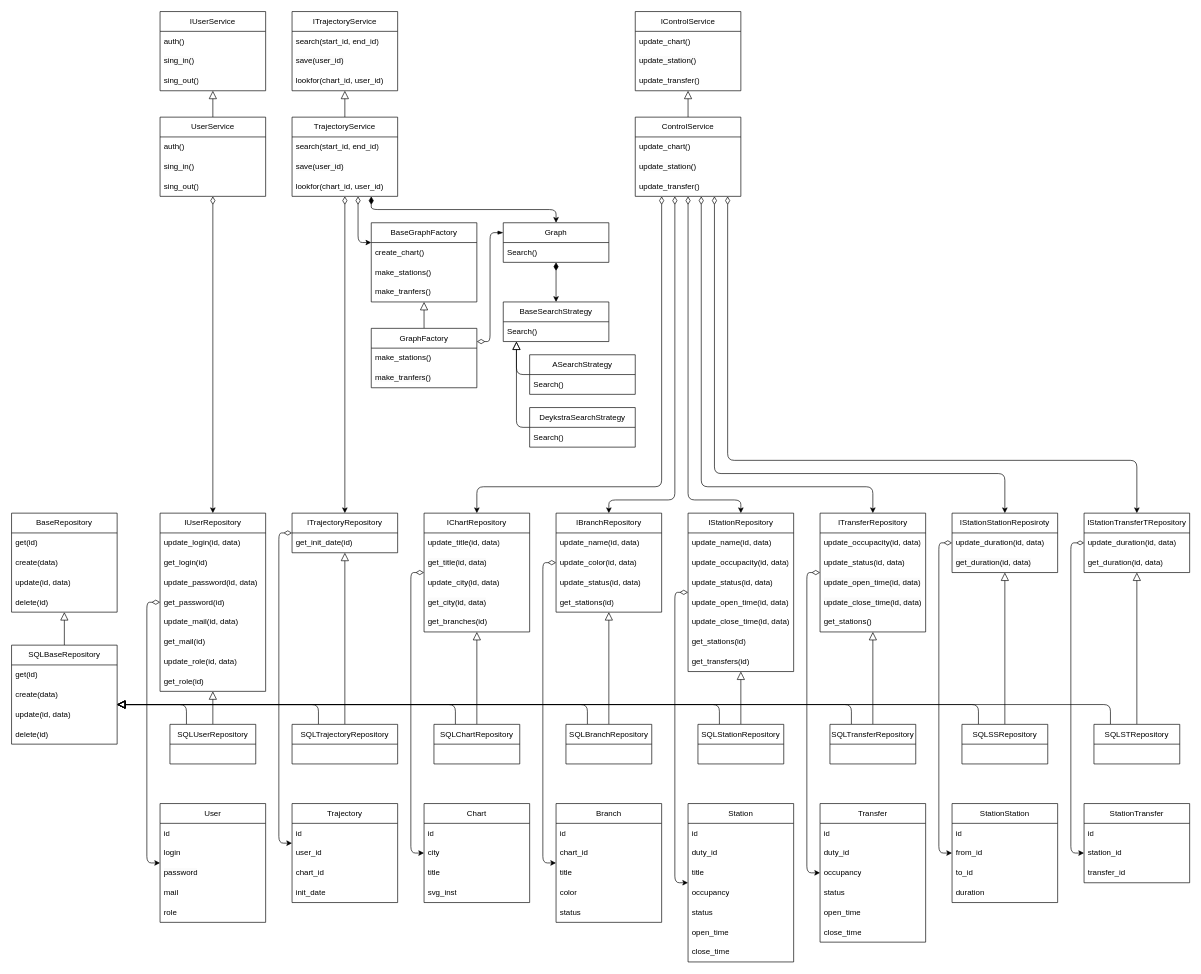
The draw.io diagram charts/UML_BusinessLogic.drawio in Mihyich/PPO, before the edit. Source tidied: cells renumbered, new cells numbered last; positions are measured from the earlier drawing's top-left corner, leaving out a move shared by most shapes. Both pictures are drawn from the tidied source at 66%, with x=0, y=0 at pixel (11, 11).
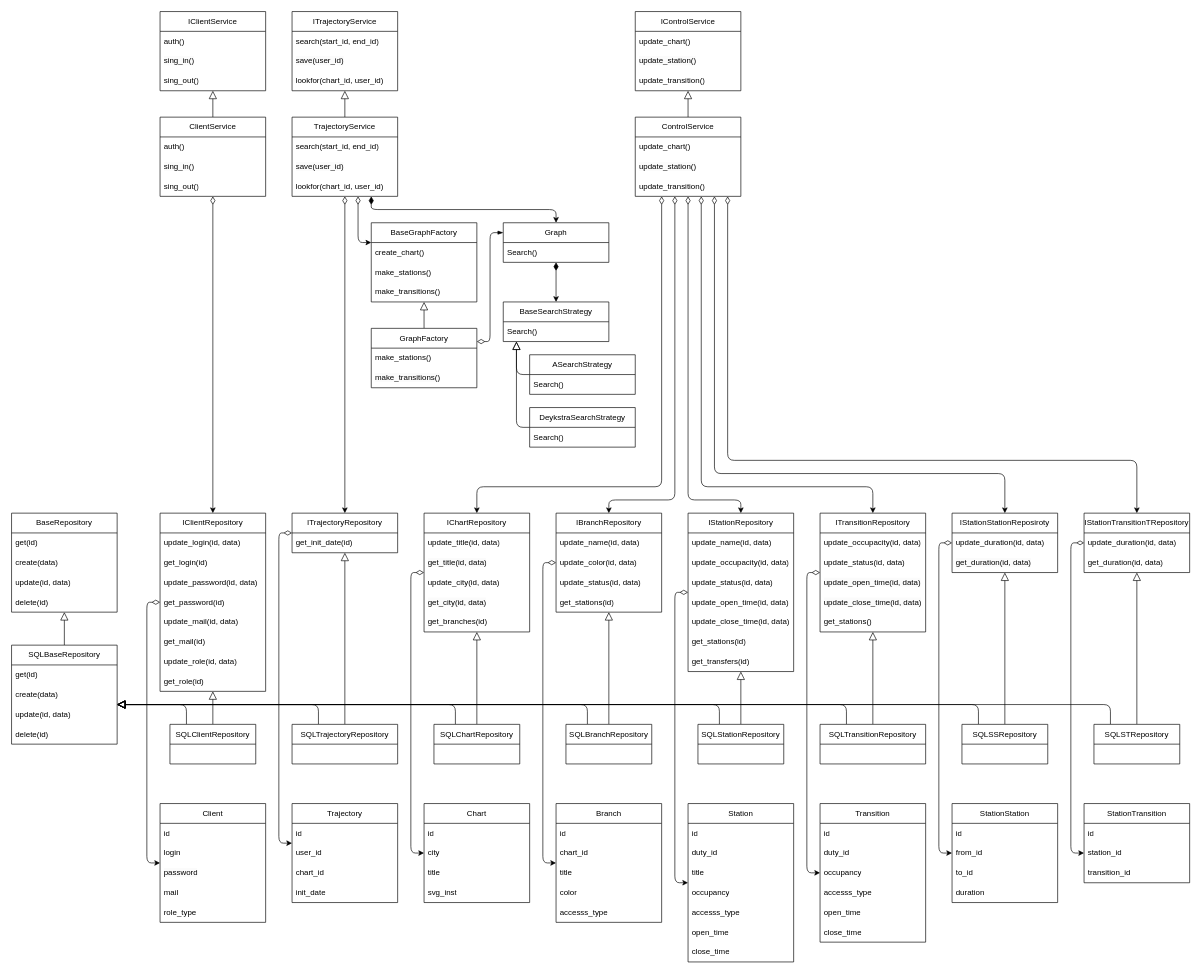
The same page after the edit.

Commit message (it also covers changes not shown here):
Переименование в диаграммах

The change refers to these unchanged cells:
```xml
<mxCell id="2" value="BaseGraphFactory" style="swimlane;fontStyle=0;horizontal=1;startSize=30;whiteSpace=wrap;html=1;" parent="1" vertex="1">
  <mxGeometry x="545" y="320" width="160" height="120" as="geometry" />
</mxCell>
<mxCell id="7" value="GraphFactory" style="swimlane;fontStyle=0;horizontal=1;startSize=30;whiteSpace=wrap;html=1;" parent="1" vertex="1">
  <mxGeometry x="545" y="480" width="160" height="90" as="geometry" />
</mxCell>
<mxCell id="39" value="SQLBaseRepository" style="swimlane;fontStyle=0;horizontal=1;startSize=30;whiteSpace=wrap;html=1;" parent="1" vertex="1">
  <mxGeometry y="960" width="160" height="150" as="geometry" />
</mxCell>
<mxCell id="135" value="IControlService" style="swimlane;fontStyle=0;horizontal=1;startSize=30;whiteSpace=wrap;html=1;" parent="1" vertex="1">
  <mxGeometry x="945" width="160" height="120" as="geometry" />
</mxCell>
<mxCell id="146" value="ControlService" style="swimlane;fontStyle=0;horizontal=1;startSize=30;whiteSpace=wrap;html=1;" parent="1" vertex="1">
  <mxGeometry x="945" y="160" width="160" height="120" as="geometry" />
</mxCell>
<mxCell id="155" value="Station" style="swimlane;fontStyle=0;horizontal=1;startSize=30;whiteSpace=wrap;html=1;" parent="1" vertex="1">
  <mxGeometry x="1025" y="1200" width="160" height="240" as="geometry" />
</mxCell>
<mxCell id="179" value="Branch" style="swimlane;fontStyle=0;horizontal=1;startSize=30;whiteSpace=wrap;html=1;" parent="1" vertex="1">
  <mxGeometry x="825" y="1200" width="160" height="180" as="geometry" />
</mxCell>
```

Diff of the diagram source:
```diff
@@
-    <mxCell id="5" value="make_tranfers()" style="text;strokeColor=none;fillColor=none;align=left;verticalAlign=middle;spacingLeft=4;spacingRight=4;overflow=hidden;whiteSpace=wrap;html=1;" parent="2" vertex="1">
+    <mxCell id="5" value="&lt;span style=&quot;color: rgb(0, 0, 0);&quot;&gt;make_transitions()&lt;/span&gt;" style="text;strokeColor=none;fillColor=none;align=left;verticalAlign=middle;spacingLeft=4;spacingRight=4;overflow=hidden;whiteSpace=wrap;html=1;" parent="2" vertex="1">
       <mxGeometry y="90" width="160" height="30" as="geometry" />
     </mxCell>
@@
-    <mxCell id="9" value="&lt;span style=&quot;color: rgb(0, 0, 0); font-family: Helvetica; font-size: 12px; font-style: normal; font-variant-ligatures: normal; font-variant-caps: normal; font-weight: 400; letter-spacing: normal; orphans: 2; text-align: left; text-indent: 0px; text-transform: none; widows: 2; word-spacing: 0px; -webkit-text-stroke-width: 0px; white-space: normal; background-color: rgb(251, 251, 251); text-decoration-thickness: initial; text-decoration-style: initial; text-decoration-color: initial; display: inline !important; float: none;&quot;&gt;make_tranfers()&lt;/span&gt;" style="text;strokeColor=none;fillColor=none;align=left;verticalAlign=middle;spacingLeft=4;spacingRight=4;overflow=hidden;whiteSpace=wrap;html=1;" parent="7" vertex="1">
+    <mxCell id="9" value="&lt;span style=&quot;color: rgb(0, 0, 0); font-family: Helvetica; font-size: 12px; font-style: normal; font-variant-ligatures: normal; font-variant-caps: normal; font-weight: 400; letter-spacing: normal; orphans: 2; text-align: left; text-indent: 0px; text-transform: none; widows: 2; word-spacing: 0px; -webkit-text-stroke-width: 0px; white-space: normal; background-color: rgb(251, 251, 251); text-decoration-thickness: initial; text-decoration-style: initial; text-decoration-color: initial; float: none; display: inline !important;&quot;&gt;make_transitions()&lt;/span&gt;" style="text;strokeColor=none;fillColor=none;align=left;verticalAlign=middle;spacingLeft=4;spacingRight=4;overflow=hidden;whiteSpace=wrap;html=1;" parent="7" vertex="1">
       <mxGeometry y="60" width="160" height="30" as="geometry" />
     </mxCell>
@@
-    <mxCell id="22" value="User" style="swimlane;fontStyle=0;horizontal=1;startSize=30;whiteSpace=wrap;html=1;" parent="1" vertex="1">
+    <mxCell id="22" value="Client" style="swimlane;fontStyle=0;horizontal=1;startSize=30;whiteSpace=wrap;html=1;" parent="1" vertex="1">
       <mxGeometry x="225" y="1200" width="160" height="180" as="geometry" />
     </mxCell>
@@
-    <mxCell id="27" value="role" style="text;strokeColor=none;fillColor=none;align=left;verticalAlign=middle;spacingLeft=4;spacingRight=4;overflow=hidden;whiteSpace=wrap;html=1;" parent="22" vertex="1">
+    <mxCell id="27" value="role_type" style="text;strokeColor=none;fillColor=none;align=left;verticalAlign=middle;spacingLeft=4;spacingRight=4;overflow=hidden;whiteSpace=wrap;html=1;" parent="22" vertex="1">
       <mxGeometry y="150" width="160" height="30" as="geometry" />
     </mxCell>
-    <mxCell id="28" value="IUserService" style="swimlane;fontStyle=0;horizontal=1;startSize=30;whiteSpace=wrap;html=1;" parent="1" vertex="1">
+    <mxCell id="28" value="IClientService" style="swimlane;fontStyle=0;horizontal=1;startSize=30;whiteSpace=wrap;html=1;" parent="1" vertex="1">
       <mxGeometry x="225" width="160" height="120" as="geometry" />
     </mxCell>
@@
-    <mxCell id="34" value="UserService" style="swimlane;fontStyle=0;horizontal=1;startSize=30;whiteSpace=wrap;html=1;" parent="1" vertex="1">
+    <mxCell id="34" value="ClientService" style="swimlane;fontStyle=0;horizontal=1;startSize=30;whiteSpace=wrap;html=1;" parent="1" vertex="1">
       <mxGeometry x="225" y="160" width="160" height="120" as="geometry" />
     </mxCell>
@@
-    <mxCell id="45" value="IUserRepository" style="swimlane;fontStyle=0;horizontal=1;startSize=30;whiteSpace=wrap;html=1;swimlaneFillColor=none;fillStyle=auto;" parent="1" vertex="1">
+    <mxCell id="45" value="IClientRepository" style="swimlane;fontStyle=0;horizontal=1;startSize=30;whiteSpace=wrap;html=1;swimlaneFillColor=none;fillStyle=auto;" parent="1" vertex="1">
       <mxGeometry x="225" y="760" width="160" height="270" as="geometry" />
     </mxCell>
@@
-    <mxCell id="80" value="ITransferRepository" style="swimlane;fontStyle=0;horizontal=1;startSize=30;whiteSpace=wrap;html=1;swimlaneFillColor=none;fillStyle=auto;" parent="1" vertex="1">
+    <mxCell id="80" value="ITransitionRepository" style="swimlane;fontStyle=0;horizontal=1;startSize=30;whiteSpace=wrap;html=1;swimlaneFillColor=none;fillStyle=auto;" parent="1" vertex="1">
       <mxGeometry x="1225" y="760" width="160" height="180" as="geometry" />
     </mxCell>
@@
-    <mxCell id="88" value="SQLUserRepository" style="swimlane;fontStyle=0;horizontal=1;startSize=30;whiteSpace=wrap;html=1;" parent="1" vertex="1">
+    <mxCell id="88" value="SQLClientRepository" style="swimlane;fontStyle=0;horizontal=1;startSize=30;whiteSpace=wrap;html=1;" parent="1" vertex="1">
       <mxGeometry x="240" y="1080" width="130" height="60" as="geometry" />
     </mxCell>
@@
     <mxCell id="102" style="edgeStyle=orthogonalEdgeStyle;html=1;exitX=0.25;exitY=0;exitDx=0;exitDy=0;endArrow=block;endFill=0;endSize=10;" parent="1" edge="1" source="103" target="39">
       <mxGeometry relative="1" as="geometry">
         <Array as="points">
-          <mxPoint x="1273" y="1050" />
+          <mxPoint x="1265" y="1050" />
         </Array>
       </mxGeometry>
     </mxCell>
-    <mxCell id="103" value="SQLTransferRepository" style="swimlane;fontStyle=0;horizontal=1;startSize=30;whiteSpace=wrap;html=1;" parent="1" vertex="1">
-      <mxGeometry x="1240" y="1080" width="130" height="60" as="geometry" />
+    <mxCell id="103" value="SQLTransitionRepository" style="swimlane;fontStyle=0;horizontal=1;startSize=30;whiteSpace=wrap;html=1;" parent="1" vertex="1">
+      <mxGeometry x="1225" y="1080" width="160" height="60" as="geometry" />
     </mxCell>
@@
-    <mxCell id="114" value="IStationTransferTRepository" style="swimlane;fontStyle=0;horizontal=1;startSize=30;whiteSpace=wrap;html=1;swimlaneFillColor=none;fillStyle=auto;" parent="1" vertex="1">
+    <mxCell id="114" value="IStationTransitionTRepository" style="swimlane;fontStyle=0;horizontal=1;startSize=30;whiteSpace=wrap;html=1;swimlaneFillColor=none;fillStyle=auto;" parent="1" vertex="1">
       <mxGeometry x="1625" y="760" width="160" height="90" as="geometry" />
     </mxCell>
@@
-    <mxCell id="138" value="update_transfer()" style="text;strokeColor=none;fillColor=none;align=left;verticalAlign=middle;spacingLeft=4;spacingRight=4;overflow=hidden;whiteSpace=wrap;html=1;" parent="135" vertex="1">
+    <mxCell id="138" value="update_transition()" style="text;strokeColor=none;fillColor=none;align=left;verticalAlign=middle;spacingLeft=4;spacingRight=4;overflow=hidden;whiteSpace=wrap;html=1;" parent="135" vertex="1">
       <mxGeometry y="90" width="160" height="30" as="geometry" />
     </mxCell>
@@
-    <mxCell id="149" value="update_transfer()" style="text;strokeColor=none;fillColor=none;align=left;verticalAlign=middle;spacingLeft=4;spacingRight=4;overflow=hidden;whiteSpace=wrap;html=1;" parent="146" vertex="1">
+    <mxCell id="149" value="&lt;span style=&quot;color: rgb(0, 0, 0);&quot;&gt;update_transition()&lt;/span&gt;" style="text;strokeColor=none;fillColor=none;align=left;verticalAlign=middle;spacingLeft=4;spacingRight=4;overflow=hidden;whiteSpace=wrap;html=1;" parent="146" vertex="1">
       <mxGeometry y="90" width="160" height="30" as="geometry" />
     </mxCell>
@@
-    <mxCell id="160" value="status" style="text;strokeColor=none;fillColor=none;align=left;verticalAlign=middle;spacingLeft=4;spacingRight=4;overflow=hidden;whiteSpace=wrap;html=1;" parent="155" vertex="1">
+    <mxCell id="160" value="&lt;span style=&quot;color: rgb(0, 0, 0);&quot;&gt;accesss_type&lt;/span&gt;" style="text;strokeColor=none;fillColor=none;align=left;verticalAlign=middle;spacingLeft=4;spacingRight=4;overflow=hidden;whiteSpace=wrap;html=1;" parent="155" vertex="1">
       <mxGeometry y="150" width="160" height="30" as="geometry" />
     </mxCell>
@@
-    <mxCell id="163" value="Transfer" style="swimlane;fontStyle=0;horizontal=1;startSize=30;whiteSpace=wrap;html=1;" parent="1" vertex="1">
+    <mxCell id="163" value="Transition" style="swimlane;fontStyle=0;horizontal=1;startSize=30;whiteSpace=wrap;html=1;" parent="1" vertex="1">
       <mxGeometry x="1225" y="1200" width="160" height="210" as="geometry" />
     </mxCell>
@@
-    <mxCell id="167" value="status" style="text;strokeColor=none;fillColor=none;align=left;verticalAlign=middle;spacingLeft=4;spacingRight=4;overflow=hidden;whiteSpace=wrap;html=1;" parent="163" vertex="1">
+    <mxCell id="167" value="&lt;span style=&quot;color: rgb(0, 0, 0);&quot;&gt;accesss_type&lt;/span&gt;" style="text;strokeColor=none;fillColor=none;align=left;verticalAlign=middle;spacingLeft=4;spacingRight=4;overflow=hidden;whiteSpace=wrap;html=1;" parent="163" vertex="1">
       <mxGeometry y="120" width="160" height="30" as="geometry" />
     </mxCell>
@@
-    <mxCell id="175" value="StationTransfer" style="swimlane;fontStyle=0;horizontal=1;startSize=30;whiteSpace=wrap;html=1;" parent="1" vertex="1">
+    <mxCell id="175" value="StationTransition" style="swimlane;fontStyle=0;horizontal=1;startSize=30;whiteSpace=wrap;html=1;" parent="1" vertex="1">
       <mxGeometry x="1625" y="1200" width="160" height="120" as="geometry" />
     </mxCell>
@@
-    <mxCell id="178" value="transfer_id" style="text;strokeColor=none;fillColor=none;align=left;verticalAlign=middle;spacingLeft=4;spacingRight=4;overflow=hidden;whiteSpace=wrap;html=1;" parent="175" vertex="1">
+    <mxCell id="178" value="transition_id" style="text;strokeColor=none;fillColor=none;align=left;verticalAlign=middle;spacingLeft=4;spacingRight=4;overflow=hidden;whiteSpace=wrap;html=1;" parent="175" vertex="1">
       <mxGeometry y="90" width="160" height="30" as="geometry" />
     </mxCell>
@@
-    <mxCell id="184" value="status" style="text;strokeColor=none;fillColor=none;align=left;verticalAlign=middle;spacingLeft=4;spacingRight=4;overflow=hidden;whiteSpace=wrap;html=1;" parent="179" vertex="1">
+    <mxCell id="184" value="accesss_type" style="text;strokeColor=none;fillColor=none;align=left;verticalAlign=middle;spacingLeft=4;spacingRight=4;overflow=hidden;whiteSpace=wrap;html=1;" parent="179" vertex="1">
       <mxGeometry y="150" width="160" height="30" as="geometry" />
     </mxCell>
```
